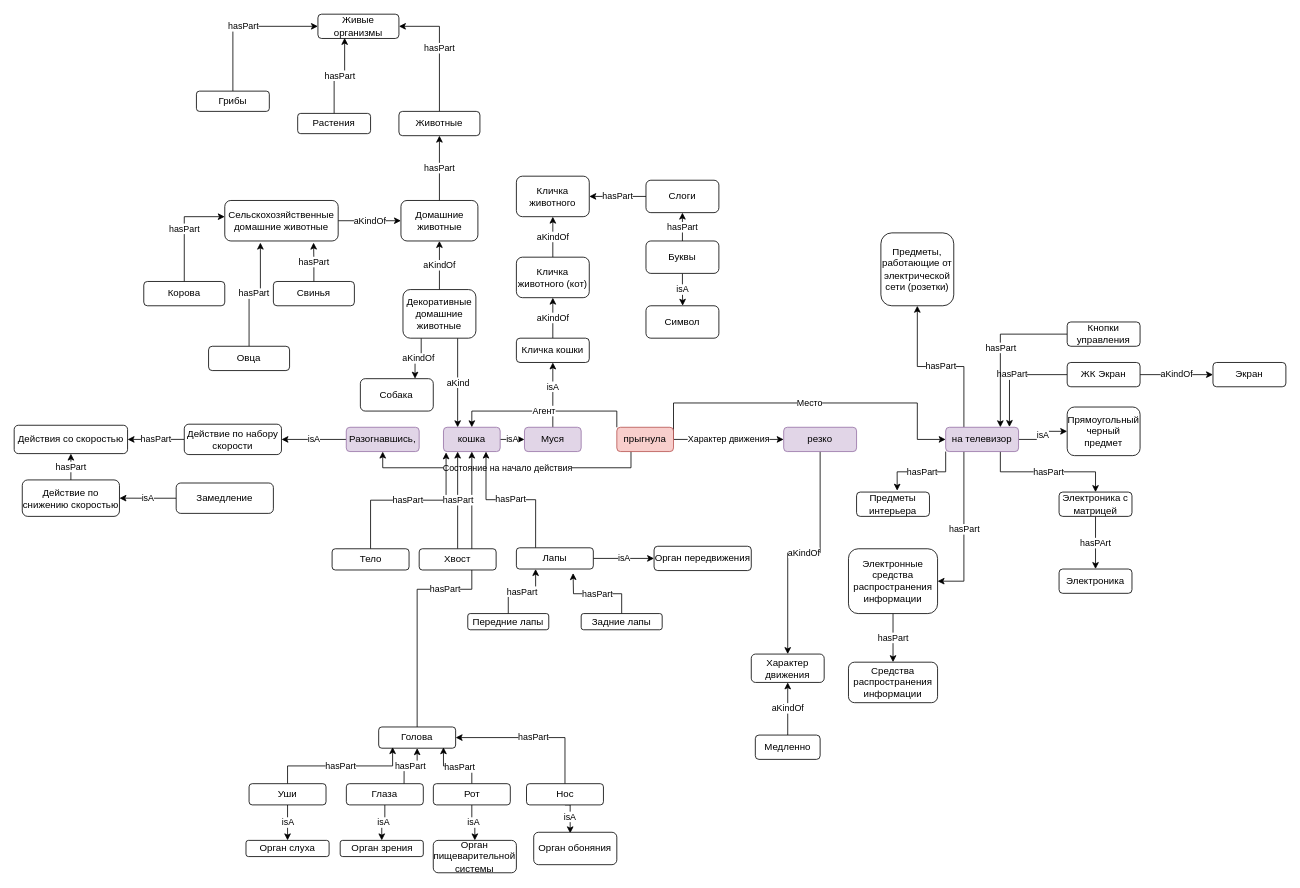
rusvlp/UML keeps this draw.io diagram as diagrams/семантическая сеть.drawio. Above is the earlier version. Source tidied: cells renumbered, new cells numbered last; positions are measured from the earlier drawing's top-left corner, leaving out a move shared by most shapes. Both pictures are drawn from the tidied source at 81%, with x=0, y=0 at pixel (14, 14).
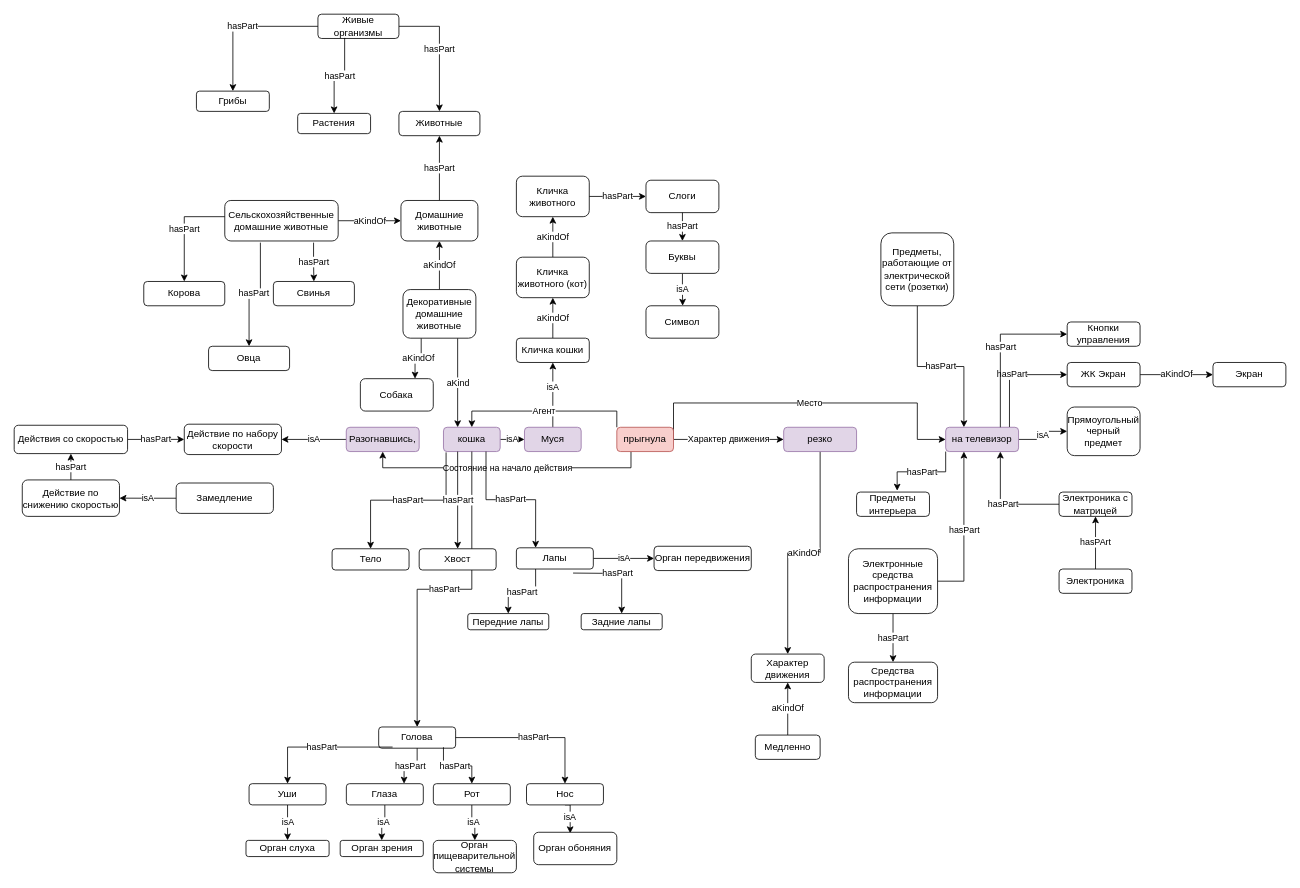
After the change.

Unchanged cells that the change refers to:
```xml
<mxCell id="3" value="кошка" style="rounded=1;whiteSpace=wrap;html=1;fillColor=#e1d5e7;strokeColor=#9673a6;" parent="1" vertex="1">
<mxCell id="17" value="на телевизор" style="rounded=1;whiteSpace=wrap;html=1;fillColor=#e1d5e7;strokeColor=#9673a6;" parent="1" vertex="1">
<mxCell id="23" value="Электроника с матрицей" style="rounded=1;whiteSpace=wrap;html=1;" parent="1" vertex="1">
<mxCell id="24" value="Электроника" style="rounded=1;whiteSpace=wrap;html=1;" parent="1" vertex="1">
<mxCell id="27" value="Электронные cредства распространения информации" style="rounded=1;whiteSpace=wrap;html=1;" parent="1" vertex="1">
<mxCell id="29" value="Предметы, работающие от электрической сети (розетки)" style="rounded=1;whiteSpace=wrap;html=1;" parent="1" vertex="1">
<mxCell id="33" value="ЖК Экран" style="rounded=1;whiteSpace=wrap;html=1;" parent="1" vertex="1">
<mxCell id="35" value="Кнопки управления" style="rounded=1;whiteSpace=wrap;html=1;" parent="1" vertex="1">
<mxCell id="41" value="Кличка животного" style="rounded=1;whiteSpace=wrap;html=1;" parent="1" vertex="1">
<mxCell id="43" value="Слоги" style="rounded=1;whiteSpace=wrap;html=1;" parent="1" vertex="1">
<mxCell id="46" value="Буквы" style="rounded=1;whiteSpace=wrap;html=1;" parent="1" vertex="1">
<mxCell id="56" value="Сельскохозяйственные домашние животные" style="rounded=1;whiteSpace=wrap;html=1;" parent="1" vertex="1">
<mxCell id="58" value="Корова" style="rounded=1;whiteSpace=wrap;html=1;" parent="1" vertex="1">
<mxCell id="60" value="Свинья" style="rounded=1;whiteSpace=wrap;html=1;" parent="1" vertex="1">
<mxCell id="62" value="Овца" style="rounded=1;whiteSpace=wrap;html=1;" parent="1" vertex="1">
<mxCell id="64" value="Действие по набору скорости" style="rounded=1;whiteSpace=wrap;html=1;" parent="1" vertex="1">
<mxCell id="65" value="Действия со скоростью" style="rounded=1;whiteSpace=wrap;html=1;" parent="1" vertex="1">
<mxCell id="71" value="Голова" style="rounded=1;whiteSpace=wrap;html=1;" parent="1" vertex="1">
<mxCell id="73" value="Тело" style="rounded=1;whiteSpace=wrap;html=1;" parent="1" vertex="1">
<mxCell id="75" value="Хвост" style="rounded=1;whiteSpace=wrap;html=1;" parent="1" vertex="1">
<mxCell id="78" value="Лапы" style="rounded=1;whiteSpace=wrap;html=1;" parent="1" vertex="1">
<mxCell id="80" value="Передние лапы" style="rounded=1;whiteSpace=wrap;html=1;" parent="1" vertex="1">
<mxCell id="82" value="Задние лапы" style="rounded=1;whiteSpace=wrap;html=1;" parent="1" vertex="1">
<mxCell id="86" value="Уши" style="rounded=1;whiteSpace=wrap;html=1;" parent="1" vertex="1">
<mxCell id="89" value="Глаза" style="rounded=1;whiteSpace=wrap;html=1;" parent="1" vertex="1">
<mxCell id="93" value="Рот" style="rounded=1;whiteSpace=wrap;html=1;" parent="1" vertex="1">
<mxCell id="96" value="Нос" style="rounded=1;whiteSpace=wrap;html=1;" parent="1" vertex="1">
<mxCell id="105" value="Животные" style="rounded=1;whiteSpace=wrap;html=1;" parent="1" vertex="1">
<mxCell id="107" value="Живые организмы" style="rounded=1;whiteSpace=wrap;html=1;" parent="1" vertex="1">
<mxCell id="109" value="Растения" style="rounded=1;whiteSpace=wrap;html=1;" parent="1" vertex="1">
<mxCell id="111" value="Грибы" style="rounded=1;whiteSpace=wrap;html=1;" parent="1" vertex="1">
```

Diff of the diagram source:
```diff
@@
-    <mxCell id="14" value="hasPart" style="edgeStyle=orthogonalEdgeStyle;rounded=0;jettySize=auto;html=1;exitX=0.25;exitY=1;exitDx=0;exitDy=0;entryX=1;entryY=0.5;entryDx=0;entryDy=0;" parent="1" edge="1" source="17" target="27">
+    <mxCell id="14" value="hasPart" style="edgeStyle=orthogonalEdgeStyle;rounded=0;jettySize=auto;html=1;exitX=1;exitY=0.5;exitDx=0;exitDy=0;entryX=0.25;entryY=1;entryDx=0;entryDy=0;" parent="1" edge="1" source="27" target="17">
       <mxGeometry relative="1" as="geometry" />
     </mxCell>
-    <mxCell id="15" value="hasPart" style="edgeStyle=orthogonalEdgeStyle;rounded=0;jettySize=auto;html=1;exitX=0.75;exitY=1;exitDx=0;exitDy=0;" parent="1" edge="1" source="17" target="23">
+    <mxCell id="15" value="hasPart" style="edgeStyle=orthogonalEdgeStyle;rounded=0;jettySize=auto;html=1;entryX=0.75;entryY=1;entryDx=0;entryDy=0;" parent="1" edge="1" source="23" target="17">
       <mxGeometry relative="1" as="geometry" />
     </mxCell>
-    <mxCell id="16" value="hasPart" style="edgeStyle=orthogonalEdgeStyle;rounded=0;jettySize=auto;html=1;exitX=0.25;exitY=0;exitDx=0;exitDy=0;entryX=0.5;entryY=1;entryDx=0;entryDy=0;" parent="1" edge="1" source="17" target="29">
+    <mxCell id="16" value="hasPart" style="edgeStyle=orthogonalEdgeStyle;rounded=0;jettySize=auto;html=1;exitX=0.5;exitY=1;exitDx=0;exitDy=0;entryX=0.25;entryY=0;entryDx=0;entryDy=0;" parent="1" edge="1" source="29" target="17">
       <mxGeometry relative="1" as="geometry" />
     </mxCell>
@@
-    <mxCell id="22" value="hasPArt" style="edgeStyle=orthogonalEdgeStyle;rounded=0;jettySize=auto;html=1;exitX=0.5;exitY=1;exitDx=0;exitDy=0;entryX=0.5;entryY=0;entryDx=0;entryDy=0;" parent="1" edge="1" source="23" target="24">
+    <mxCell id="22" value="hasPArt" style="edgeStyle=orthogonalEdgeStyle;rounded=0;jettySize=auto;html=1;exitX=0.5;exitY=0;exitDx=0;exitDy=0;entryX=0.5;entryY=1;entryDx=0;entryDy=0;" parent="1" edge="1" source="24" target="23">
       <mxGeometry relative="1" as="geometry" />
     </mxCell>
@@
-    <mxCell id="32" value="hasPart" style="edgeStyle=orthogonalEdgeStyle;rounded=0;jettySize=auto;html=1;exitX=0;exitY=0.5;exitDx=0;exitDy=0;entryX=0.875;entryY=-0.012;entryDx=0;entryDy=0;entryPerimeter=0;" parent="1" edge="1" source="33" target="17">
+    <mxCell id="32" value="hasPart" style="edgeStyle=orthogonalEdgeStyle;rounded=0;jettySize=auto;html=1;exitX=0.875;exitY=-0.012;exitDx=0;exitDy=0;entryX=0;entryY=0.5;entryDx=0;entryDy=0;exitPerimeter=0;" parent="1" edge="1" source="17" target="33">
       <mxGeometry relative="1" as="geometry" />
     </mxCell>
@@
-    <mxCell id="34" value="hasPart" style="edgeStyle=orthogonalEdgeStyle;rounded=0;jettySize=auto;html=1;exitX=0;exitY=0.5;exitDx=0;exitDy=0;entryX=0.75;entryY=0;entryDx=0;entryDy=0;" parent="1" edge="1" source="35" target="17">
+    <mxCell id="34" value="hasPart" style="edgeStyle=orthogonalEdgeStyle;rounded=0;jettySize=auto;html=1;exitX=0.75;exitY=0;exitDx=0;exitDy=0;entryX=0;entryY=0.5;entryDx=0;entryDy=0;" parent="1" edge="1" source="17" target="35">
       <mxGeometry relative="1" as="geometry" />
     </mxCell>
@@
-    <mxCell id="42" value="hasPart" style="edgeStyle=orthogonalEdgeStyle;rounded=0;jettySize=auto;html=1;exitX=0;exitY=0.5;exitDx=0;exitDy=0;entryX=1;entryY=0.5;entryDx=0;entryDy=0;" parent="1" edge="1" source="43" target="41">
+    <mxCell id="42" value="hasPart" style="edgeStyle=orthogonalEdgeStyle;rounded=0;jettySize=auto;html=1;exitX=1;exitY=0.5;exitDx=0;exitDy=0;entryX=0;entryY=0.5;entryDx=0;entryDy=0;" parent="1" edge="1" source="41" target="43">
       <mxGeometry relative="1" as="geometry" />
     </mxCell>
@@
-    <mxCell id="45" value="hasPart" style="edgeStyle=orthogonalEdgeStyle;rounded=0;jettySize=auto;html=1;exitX=0.5;exitY=0;exitDx=0;exitDy=0;" parent="1" edge="1" source="46" target="43">
+    <mxCell id="45" value="hasPart" style="edgeStyle=orthogonalEdgeStyle;rounded=0;jettySize=auto;html=1;entryX=0.5;entryY=0;entryDx=0;entryDy=0;" parent="1" edge="1" source="43" target="46">
       <mxGeometry relative="1" as="geometry" />
     </mxCell>
@@
-    <mxCell id="57" value="hasPart" style="edgeStyle=orthogonalEdgeStyle;rounded=0;jettySize=auto;html=1;exitX=0.5;exitY=0;exitDx=0;exitDy=0;entryX=0;entryY=0.4;entryDx=0;entryDy=0;entryPerimeter=0;" parent="1" edge="1" source="58" target="56">
+    <mxCell id="57" value="hasPart" style="edgeStyle=orthogonalEdgeStyle;rounded=0;jettySize=auto;html=1;exitX=0;exitY=0.4;exitDx=0;exitDy=0;entryX=0.5;entryY=0;entryDx=0;entryDy=0;exitPerimeter=0;" parent="1" edge="1" source="56" target="58">
       <mxGeometry relative="1" as="geometry" />
     </mxCell>
@@
-    <mxCell id="59" value="hasPart" style="edgeStyle=orthogonalEdgeStyle;rounded=0;jettySize=auto;html=1;exitX=0.5;exitY=0;exitDx=0;exitDy=0;entryX=0.783;entryY=1.041;entryDx=0;entryDy=0;entryPerimeter=0;" parent="1" edge="1" source="60" target="56">
+    <mxCell id="59" value="hasPart" style="edgeStyle=orthogonalEdgeStyle;rounded=0;jettySize=auto;html=1;exitX=0.783;exitY=1.041;exitDx=0;exitDy=0;entryX=0.5;entryY=0;entryDx=0;entryDy=0;exitPerimeter=0;" parent="1" edge="1" source="56" target="60">
       <mxGeometry relative="1" as="geometry" />
     </mxCell>
@@
-    <mxCell id="61" value="hasPart" style="edgeStyle=orthogonalEdgeStyle;rounded=0;jettySize=auto;html=1;exitX=0.5;exitY=0;exitDx=0;exitDy=0;entryX=0.314;entryY=1.041;entryDx=0;entryDy=0;entryPerimeter=0;" parent="1" edge="1" source="62" target="56">
+    <mxCell id="61" value="hasPart" style="edgeStyle=orthogonalEdgeStyle;rounded=0;jettySize=auto;html=1;exitX=0.314;exitY=1.041;exitDx=0;exitDy=0;entryX=0.5;entryY=0;entryDx=0;entryDy=0;exitPerimeter=0;" parent="1" edge="1" source="56" target="62">
       <mxGeometry relative="1" as="geometry" />
     </mxCell>
@@
-    <mxCell id="63" value="hasPart" style="edgeStyle=orthogonalEdgeStyle;rounded=0;jettySize=auto;html=1;exitX=0;exitY=0.5;exitDx=0;exitDy=0;entryX=1;entryY=0.5;entryDx=0;entryDy=0;" parent="1" edge="1" source="64" target="65">
+    <mxCell id="63" value="hasPart" style="edgeStyle=orthogonalEdgeStyle;rounded=0;jettySize=auto;html=1;exitX=1;exitY=0.5;exitDx=0;exitDy=0;entryX=0;entryY=0.5;entryDx=0;entryDy=0;" parent="1" edge="1" source="65" target="64">
       <mxGeometry relative="1" as="geometry" />
     </mxCell>
@@
-    <mxCell id="70" value="hasPart" style="edgeStyle=orthogonalEdgeStyle;rounded=0;jettySize=auto;html=1;exitX=0.5;exitY=0;exitDx=0;exitDy=0;entryX=0.5;entryY=1;entryDx=0;entryDy=0;" parent="1" edge="1" source="71" target="3">
+    <mxCell id="70" value="hasPart" style="edgeStyle=orthogonalEdgeStyle;rounded=0;jettySize=auto;html=1;exitX=0.5;exitY=1;exitDx=0;exitDy=0;entryX=0.5;entryY=0;entryDx=0;entryDy=0;" parent="1" edge="1" source="3" target="71">
       <mxGeometry relative="1" as="geometry" />
     </mxCell>
@@
-    <mxCell id="72" value="hasPart" style="edgeStyle=orthogonalEdgeStyle;rounded=0;jettySize=auto;html=1;exitX=0.5;exitY=0;exitDx=0;exitDy=0;entryX=0.046;entryY=1.033;entryDx=0;entryDy=0;entryPerimeter=0;" parent="1" edge="1" source="73" target="3">
+    <mxCell id="72" value="hasPart" style="edgeStyle=orthogonalEdgeStyle;rounded=0;jettySize=auto;html=1;exitX=0.046;exitY=1.033;exitDx=0;exitDy=0;entryX=0.5;entryY=0;entryDx=0;entryDy=0;exitPerimeter=0;" parent="1" edge="1" source="3" target="73">
       <mxGeometry relative="1" as="geometry" />
     </mxCell>
@@
-    <mxCell id="74" value="hasPart" style="edgeStyle=orthogonalEdgeStyle;rounded=0;jettySize=auto;html=1;exitX=0.5;exitY=0;exitDx=0;exitDy=0;entryX=0.25;entryY=1;entryDx=0;entryDy=0;" parent="1" edge="1" source="75" target="3">
+    <mxCell id="74" value="hasPart" style="edgeStyle=orthogonalEdgeStyle;rounded=0;jettySize=auto;html=1;exitX=0.25;exitY=1;exitDx=0;exitDy=0;entryX=0.5;entryY=0;entryDx=0;entryDy=0;" parent="1" edge="1" source="3" target="75">
       <mxGeometry relative="1" as="geometry" />
     </mxCell>
@@
-    <mxCell id="77" value="hasPart" style="edgeStyle=orthogonalEdgeStyle;rounded=0;jettySize=auto;html=1;exitX=0.25;exitY=0;exitDx=0;exitDy=0;entryX=0.75;entryY=1;entryDx=0;entryDy=0;" parent="1" edge="1" source="78" target="3">
+    <mxCell id="77" value="hasPart" style="edgeStyle=orthogonalEdgeStyle;rounded=0;jettySize=auto;html=1;exitX=0.75;exitY=1;exitDx=0;exitDy=0;entryX=0.25;entryY=0;entryDx=0;entryDy=0;" parent="1" edge="1" source="3" target="78">
       <mxGeometry relative="1" as="geometry" />
     </mxCell>
@@
-    <mxCell id="79" value="hasPart" style="edgeStyle=orthogonalEdgeStyle;rounded=0;jettySize=auto;html=1;exitX=0.5;exitY=0;exitDx=0;exitDy=0;entryX=0.25;entryY=1;entryDx=0;entryDy=0;" parent="1" edge="1" source="80" target="78">
+    <mxCell id="79" value="hasPart" style="edgeStyle=orthogonalEdgeStyle;rounded=0;jettySize=auto;html=1;exitX=0.25;exitY=1;exitDx=0;exitDy=0;entryX=0.5;entryY=0;entryDx=0;entryDy=0;" parent="1" edge="1" source="78" target="80">
       <mxGeometry relative="1" as="geometry" />
     </mxCell>
@@
-    <mxCell id="81" value="hasPart" style="edgeStyle=orthogonalEdgeStyle;rounded=0;jettySize=auto;html=1;exitX=0.5;exitY=0;exitDx=0;exitDy=0;" parent="1" edge="1" source="82">
+    <mxCell id="81" value="hasPart" style="edgeStyle=orthogonalEdgeStyle;rounded=0;jettySize=auto;html=1;exitX=0.5;exitY=0;exitDx=0;exitDy=0;entryX=0.5;entryY=0;entryDx=0;entryDy=0;" parent="1" edge="1" target="82">
       <mxGeometry relative="1" as="geometry">
-        <mxPoint x="690" y="690" as="targetPoint" />
+        <mxPoint x="690" y="690" as="sourcePoint" />
       </mxGeometry>
     </mxCell>
@@
-    <mxCell id="85" value="hasPart" style="edgeStyle=orthogonalEdgeStyle;rounded=0;jettySize=auto;html=1;exitX=0.5;exitY=0;exitDx=0;exitDy=0;entryX=0.181;entryY=0.947;entryDx=0;entryDy=0;entryPerimeter=0;" parent="1" edge="1" source="86" target="71">
+    <mxCell id="85" value="hasPart" style="edgeStyle=orthogonalEdgeStyle;rounded=0;jettySize=auto;html=1;exitX=0.181;exitY=0.947;exitDx=0;exitDy=0;entryX=0.5;entryY=0;entryDx=0;entryDy=0;exitPerimeter=0;" parent="1" edge="1" source="71" target="86">
       <mxGeometry relative="1" as="geometry" />
     </mxCell>
@@
-    <mxCell id="88" value="hasPart" style="edgeStyle=orthogonalEdgeStyle;rounded=0;jettySize=auto;html=1;exitX=0.75;exitY=0;exitDx=0;exitDy=0;" parent="1" edge="1" source="89" target="71">
+    <mxCell id="88" value="hasPart" style="edgeStyle=orthogonalEdgeStyle;rounded=0;jettySize=auto;html=1;entryX=0.75;entryY=0;entryDx=0;entryDy=0;" parent="1" edge="1" source="71" target="89">
       <mxGeometry relative="1" as="geometry" />
     </mxCell>
@@
-    <mxCell id="91" style="edgeStyle=orthogonalEdgeStyle;rounded=0;jettySize=auto;html=1;exitX=0.5;exitY=0;exitDx=0;exitDy=0;entryX=0.842;entryY=0.956;entryDx=0;entryDy=0;entryPerimeter=0;" parent="1" edge="1" source="93" target="71">
+    <mxCell id="91" style="edgeStyle=orthogonalEdgeStyle;rounded=0;jettySize=auto;html=1;exitX=0.842;exitY=0.956;exitDx=0;exitDy=0;entryX=0.5;entryY=0;entryDx=0;entryDy=0;exitPerimeter=0;" parent="1" edge="1" source="71" target="93">
       <mxGeometry relative="1" as="geometry" />
     </mxCell>
@@
-    <mxCell id="95" value="hasPart" style="edgeStyle=orthogonalEdgeStyle;rounded=0;jettySize=auto;html=1;exitX=0.5;exitY=0;exitDx=0;exitDy=0;entryX=1;entryY=0.5;entryDx=0;entryDy=0;" parent="1" edge="1" source="96" target="71">
+    <mxCell id="95" value="hasPart" style="edgeStyle=orthogonalEdgeStyle;rounded=0;jettySize=auto;html=1;exitX=1;exitY=0.5;exitDx=0;exitDy=0;entryX=0.5;entryY=0;entryDx=0;entryDy=0;" parent="1" edge="1" source="71" target="96">
       <mxGeometry relative="1" as="geometry" />
     </mxCell>
@@
-    <mxCell id="104" value="hasPart" style="edgeStyle=orthogonalEdgeStyle;rounded=0;jettySize=auto;html=1;exitX=0.5;exitY=0;exitDx=0;exitDy=0;entryX=1;entryY=0.5;entryDx=0;entryDy=0;" parent="1" edge="1" source="105" target="107">
+    <mxCell id="104" value="hasPart" style="edgeStyle=orthogonalEdgeStyle;rounded=0;jettySize=auto;html=1;exitX=1;exitY=0.5;exitDx=0;exitDy=0;entryX=0.5;entryY=0;entryDx=0;entryDy=0;" parent="1" edge="1" source="107" target="105">
       <mxGeometry relative="1" as="geometry" />
     </mxCell>
@@
-    <mxCell id="108" value="hasPart" style="edgeStyle=orthogonalEdgeStyle;rounded=0;jettySize=auto;html=1;exitX=0.5;exitY=0;exitDx=0;exitDy=0;entryX=0.33;entryY=0.977;entryDx=0;entryDy=0;entryPerimeter=0;" parent="1" edge="1" source="109" target="107">
+    <mxCell id="108" value="hasPart" style="edgeStyle=orthogonalEdgeStyle;rounded=0;jettySize=auto;html=1;exitX=0.33;exitY=0.977;exitDx=0;exitDy=0;entryX=0.5;entryY=0;entryDx=0;entryDy=0;exitPerimeter=0;" parent="1" edge="1" source="107" target="109">
       <mxGeometry relative="1" as="geometry" />
     </mxCell>
@@
-    <mxCell id="110" value="hasPart" style="edgeStyle=orthogonalEdgeStyle;rounded=0;jettySize=auto;html=1;exitX=0.5;exitY=0;exitDx=0;exitDy=0;entryX=0;entryY=0.5;entryDx=0;entryDy=0;" parent="1" edge="1" source="111" target="107">
+    <mxCell id="110" value="hasPart" style="edgeStyle=orthogonalEdgeStyle;rounded=0;jettySize=auto;html=1;exitX=0;exitY=0.5;exitDx=0;exitDy=0;entryX=0.5;entryY=0;entryDx=0;entryDy=0;" parent="1" edge="1" source="107" target="111">
       <mxGeometry relative="1" as="geometry" />
     </mxCell>
```
